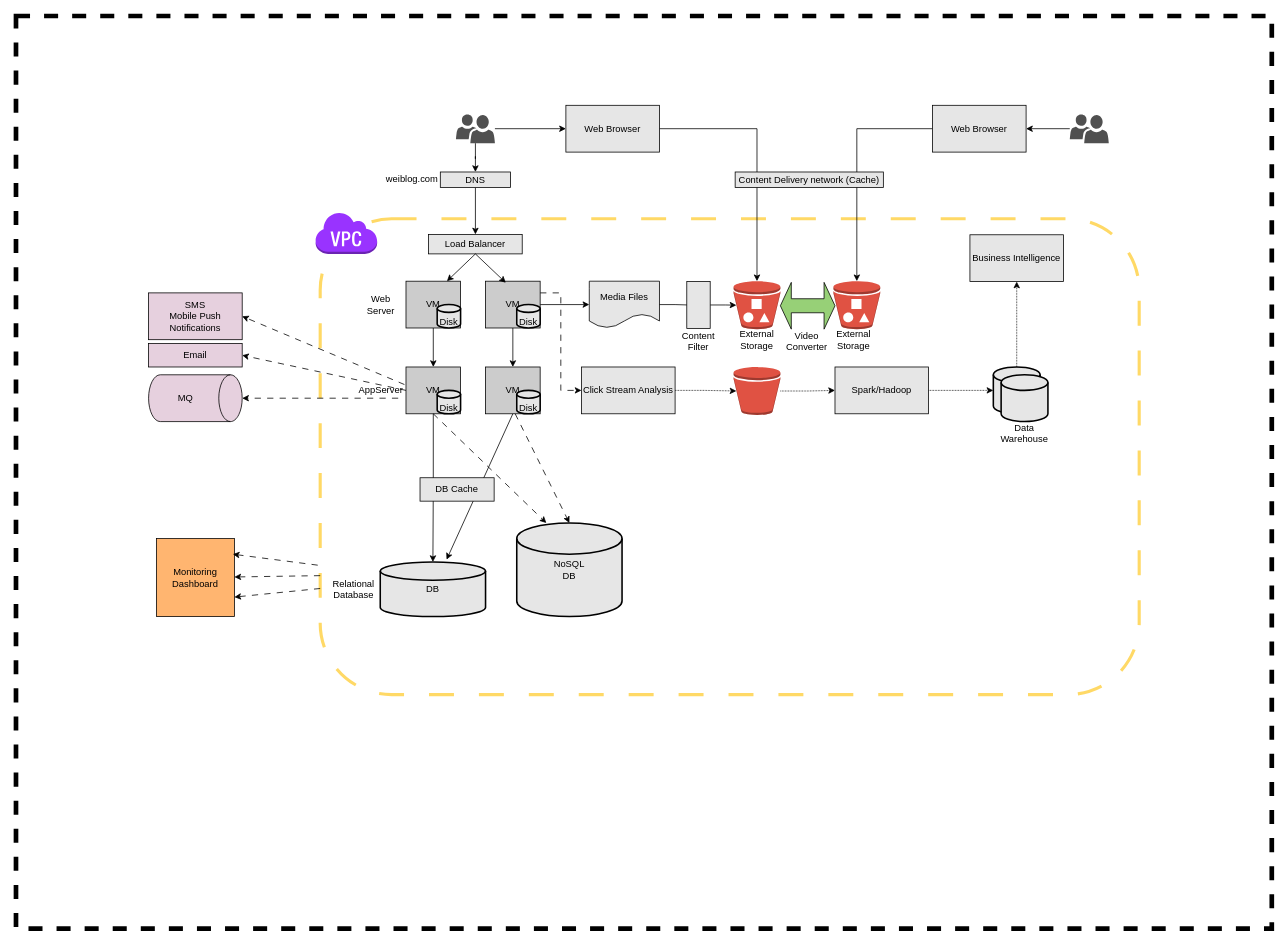
Earlier version of the draw.io diagram drawio/AWSIntro.drawio (GuilinDev/Notes). Source tidied: cells renumbered, new cells numbered last; positions are measured from the earlier drawing's top-left corner, leaving out a move shared by most shapes. Both pictures are drawn from the tidied source at 78%, with x=0, y=0 at pixel (16, 16).
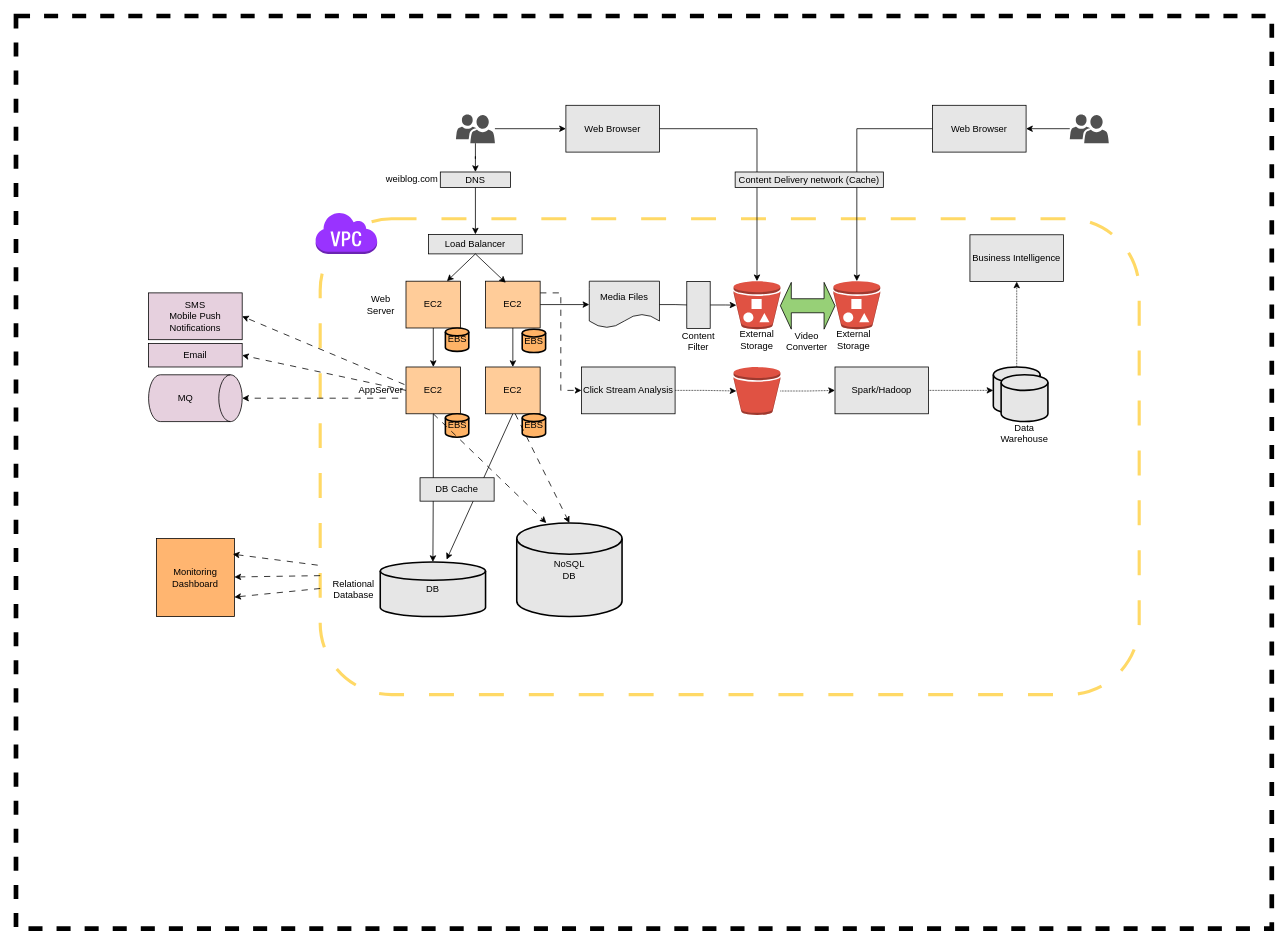
Above is the later version.

The edit, as a diff of the source:
```diff
@@
-    <mxCell id="5" value="VM" style="rounded=0;whiteSpace=wrap;html=1;fillColor=#CCCCCC;" parent="1" vertex="1">
+    <mxCell id="5" value="EC2" style="rounded=0;whiteSpace=wrap;html=1;fillColor=#FFCC99;" parent="1" vertex="1">
       <mxGeometry x="500" y="340" width="70" height="60" as="geometry" />
     </mxCell>
@@
-    <mxCell id="7" value="&lt;br&gt;Disk" style="strokeWidth=2;html=1;shape=mxgraph.flowchart.database;whiteSpace=wrap;fillColor=#E6E6E6;" parent="1" vertex="1">
-      <mxGeometry x="540" y="370" width="30" height="30" as="geometry" />
+    <mxCell id="7" value="EBS" style="strokeWidth=2;html=1;shape=mxgraph.flowchart.database;whiteSpace=wrap;fillColor=#FFB366;" parent="1" vertex="1">
+      <mxGeometry x="550.5" y="400" width="30" height="30" as="geometry" />
     </mxCell>
@@
-    <mxCell id="12" value="VM" style="rounded=0;whiteSpace=wrap;html=1;fillColor=#CCCCCC;" parent="1" vertex="1">
+    <mxCell id="12" value="EC2" style="rounded=0;whiteSpace=wrap;html=1;fillColor=#FFCC99;" parent="1" vertex="1">
       <mxGeometry x="500" y="450" width="70" height="60" as="geometry" />
     </mxCell>
-    <mxCell id="13" value="&lt;br&gt;Disk" style="strokeWidth=2;html=1;shape=mxgraph.flowchart.database;whiteSpace=wrap;fillColor=#E6E6E6;" parent="1" vertex="1">
-      <mxGeometry x="540" y="480" width="30" height="30" as="geometry" />
+    <mxCell id="13" value="EBS" style="strokeWidth=2;html=1;shape=mxgraph.flowchart.database;whiteSpace=wrap;fillColor=#FFB366;" parent="1" vertex="1">
+      <mxGeometry x="550.5" y="510" width="30" height="30" as="geometry" />
     </mxCell>
@@
-    <mxCell id="17" value="VM" style="rounded=0;whiteSpace=wrap;html=1;fillColor=#CCCCCC;" parent="1" vertex="1">
+    <mxCell id="17" value="EC2" style="rounded=0;whiteSpace=wrap;html=1;fillColor=#FFCC99;" parent="1" vertex="1">
       <mxGeometry x="602" y="450" width="70" height="60" as="geometry" />
     </mxCell>
-    <mxCell id="18" value="&lt;br&gt;Disk" style="strokeWidth=2;html=1;shape=mxgraph.flowchart.database;whiteSpace=wrap;fillColor=#E6E6E6;" parent="1" vertex="1">
-      <mxGeometry x="642" y="480" width="30" height="30" as="geometry" />
+    <mxCell id="18" value="EBS" style="strokeWidth=2;html=1;shape=mxgraph.flowchart.database;whiteSpace=wrap;fillColor=#FFB366;" parent="1" vertex="1">
+      <mxGeometry x="649" y="510" width="30" height="30" as="geometry" />
     </mxCell>
@@
-    <mxCell id="22" value="VM" style="rounded=0;whiteSpace=wrap;html=1;fillColor=#CCCCCC;" parent="1" vertex="1">
+    <mxCell id="22" value="EC2" style="rounded=0;whiteSpace=wrap;html=1;fillColor=#FFCC99;" parent="1" vertex="1">
       <mxGeometry x="602" y="340" width="70" height="60" as="geometry" />
     </mxCell>
-    <mxCell id="23" value="&lt;br&gt;Disk" style="strokeWidth=2;html=1;shape=mxgraph.flowchart.database;whiteSpace=wrap;fillColor=#E6E6E6;" parent="1" vertex="1">
-      <mxGeometry x="642" y="370" width="30" height="30" as="geometry" />
+    <mxCell id="23" value="EBS" style="strokeWidth=2;html=1;shape=mxgraph.flowchart.database;whiteSpace=wrap;fillColor=#FFB366;" parent="1" vertex="1">
+      <mxGeometry x="649" y="401.5" width="30" height="30" as="geometry" />
     </mxCell>
```
